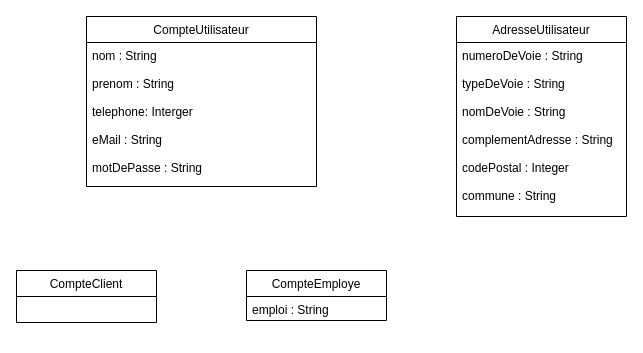
Earlier version of the draw.io diagram Untitled Diagram.drawio (vinsbld/StechOcPizz). Source tidied: cells renumbered, new cells numbered last; positions are measured from the earlier drawing's top-left corner, leaving out a move shared by most shapes. Both pictures are drawn from the tidied source at 100%, with x=0, y=0 at pixel (16, 16).
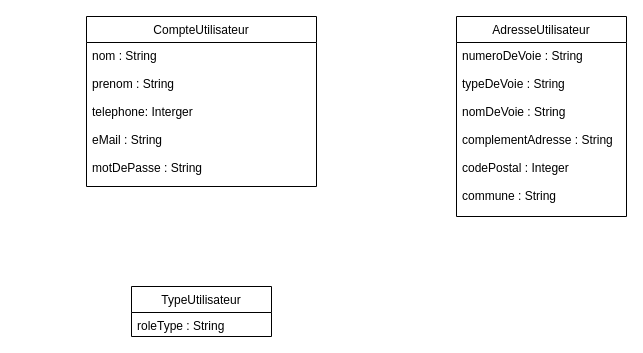
Above is the later version.

What changed in the source:
```diff
@@
 <mxGraphModel>
   <root>
     <mxCell id="0" />
     <mxCell id="1" parent="0" />
-    <mxCell id="2" value="CompteEmploye" style="swimlane;fontStyle=0;horizontal=1;startSize=26;fillColor=none;" parent="1" vertex="1">
-      <mxGeometry x="230" y="254" width="140" height="50" as="geometry" />
+    <mxCell id="2" value="TypeUtilisateur" style="swimlane;fontStyle=0;horizontal=1;startSize=26;fillColor=none;" parent="1" vertex="1">
+      <mxGeometry x="115" y="270" width="140" height="50" as="geometry" />
     </mxCell>
-    <mxCell id="3" value="emploi : String&#10;" style="text;strokeColor=none;fillColor=none;align=left;verticalAlign=top;spacingLeft=4;spacingRight=4;overflow=hidden;" parent="2" vertex="1">
+    <mxCell id="3" value="roleType : String" style="text;strokeColor=none;fillColor=none;align=left;verticalAlign=top;spacingLeft=4;spacingRight=4;overflow=hidden;" parent="2" vertex="1">
       <mxGeometry y="26" width="140" height="24" as="geometry" />
     </mxCell>
     <mxCell id="4" value="CompteUtilisateur" style="swimlane;fontStyle=0;horizontal=1;startSize=26;fillColor=none;" parent="1" vertex="1">
       <mxGeometry x="70" width="230" height="170" as="geometry" />
     </mxCell>
     <mxCell id="5" value="nom : String&#10;&#10;prenom : String&#10;&#10;telephone: Interger&#10;&#10;eMail : String&#10;&#10;motDePasse : String&#10;" style="text;strokeColor=none;fillColor=none;align=left;verticalAlign=top;spacingLeft=4;spacingRight=4;overflow=hidden;" parent="4" vertex="1">
       <mxGeometry y="26" width="230" height="144" as="geometry" />
     </mxCell>
-    <mxCell id="6" value="CompteClient" style="swimlane;fontStyle=0;horizontal=1;startSize=26;fillColor=none;" parent="1" vertex="1">
-      <mxGeometry y="254" width="140" height="52" as="geometry" />
-    </mxCell>
     <mxCell id="7" value="AdresseUtilisateur" style="swimlane;fontStyle=0;horizontal=1;startSize=26;fillColor=none;" parent="1" vertex="1">
       <mxGeometry x="440" width="170" height="200" as="geometry" />
     </mxCell>
     <mxCell id="8" value="numeroDeVoie : String&#10;&#10;typeDeVoie : String&#10;&#10;nomDeVoie : String&#10;&#10;complementAdresse : String&#10;&#10;codePostal : Integer&#10;&#10;commune : String&#10;&#10;&#10;&#10;" style="text;strokeColor=none;fillColor=none;align=left;verticalAlign=top;spacingLeft=4;spacingRight=4;overflow=hidden;" parent="7" vertex="1">
       <mxGeometry y="26" width="170" height="174" as="geometry" />
     </mxCell>
   </root>
 </mxGraphModel>
```
